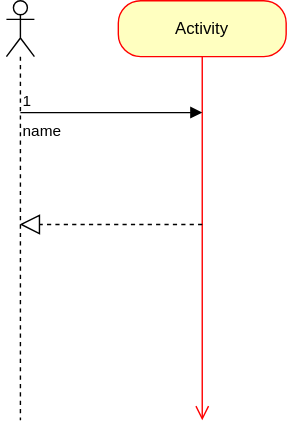
Before: docs/img/drawio.drawio.svg, a diagram exported from draw.io (masakiooo/sample-docs). Source tidied: cells renumbered, new cells last; positions are measured from the earlier drawing's top-left corner, leaving out a move shared by most shapes.
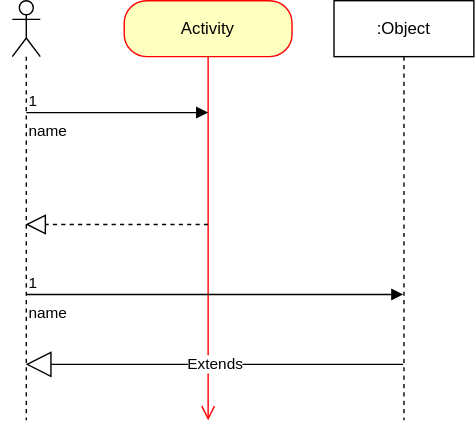
Above is the later version.

Commit message:
drawio.svgファイルを変更して差分が見れるか確認.

Diff of the diagram source:
```diff
@@ -27,5 +27,27 @@
         <mxPoint x="140" y="160" as="sourcePoint" />
       </mxGeometry>
     </mxCell>
+    <mxCell id="8" value=":Object" style="shape=umlLifeline;perimeter=lifelinePerimeter;whiteSpace=wrap;html=1;outlineConnect=0;" parent="1" vertex="1">
+      <mxGeometry x="230" width="100" height="300" as="geometry" />
+    </mxCell>
+    <mxCell id="9" value="name" style="endArrow=block;endFill=1;html=1;edgeStyle=orthogonalEdgeStyle;align=left;verticalAlign=top;" parent="1" edge="1" target="8">
+      <mxGeometry x="-1" relative="1" as="geometry">
+        <mxPoint x="10" y="210" as="sourcePoint" />
+        <Array as="points">
+          <mxPoint x="220" y="210" />
+          <mxPoint x="220" y="210" />
+        </Array>
+      </mxGeometry>
+    </mxCell>
+    <mxCell id="10" value="1" style="edgeLabel;html=1;align=left;verticalAlign=bottom;" parent="9" vertex="1">
+      <mxGeometry x="-1" relative="1" as="geometry" />
+    </mxCell>
+    <mxCell id="11" value="Extends" style="endArrow=block;endSize=16;endFill=0;html=1;" parent="1" edge="1" source="8" target="2">
+      <mxGeometry relative="1" as="geometry">
+        <Array as="points">
+          <mxPoint x="230" y="260" />
+        </Array>
+      </mxGeometry>
+    </mxCell>
   </root>
 </mxGraphModel>
```
